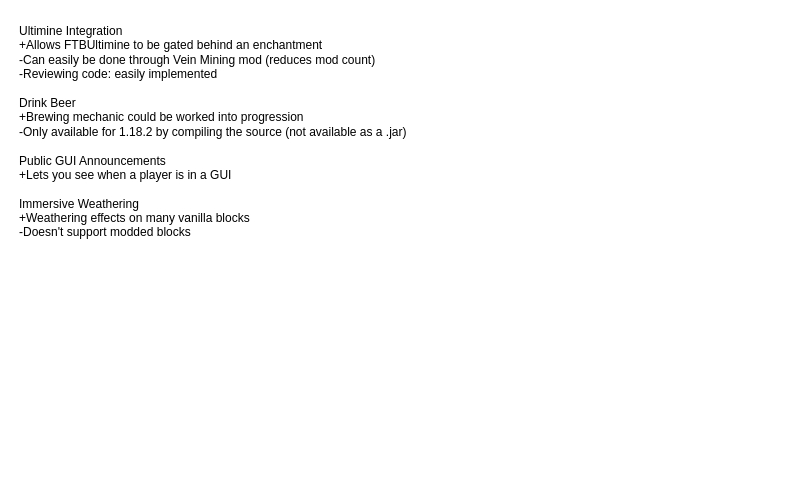
This is page "Other mods" (4 of 4) of Untitled MC Modpack.drawio from conneich/bunnygoat-mcpack, a draw.io file, before an edit. Source tidied: cells renumbered, new cells numbered last; positions are measured from the earlier drawing's top-left corner, leaving out a move shared by most shapes. Both pictures are drawn from the tidied source at 100%, with x=0, y=0 at pixel (17, 17).
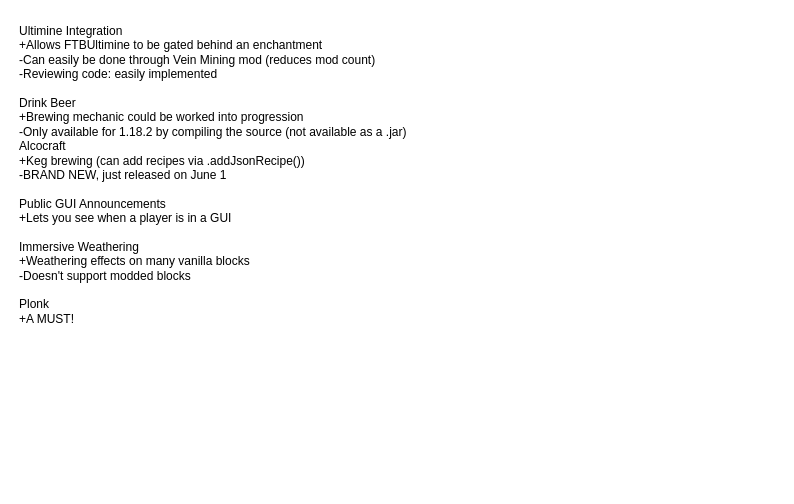
The same page after the edit.

Diff of the diagram source:
```diff
@@
 <mxGraphModel>
   <root>
     <mxCell id="0" />
     <mxCell id="1" parent="0" />
-    <mxCell id="2" value="&lt;div&gt;Ultimine Integration&lt;/div&gt;&lt;div&gt;+Allows FTBUltimine to be gated behind an enchantment&lt;/div&gt;&lt;div&gt;-Can easily be done through Vein Mining mod (reduces mod count)&lt;/div&gt;&lt;div&gt;-Reviewing code: easily implemented&lt;/div&gt;&lt;div&gt;&lt;br&gt;&lt;/div&gt;&lt;div&gt;Drink Beer&lt;/div&gt;&lt;div&gt;+Brewing mechanic could be worked into progression&lt;/div&gt;&lt;div&gt;-Only available for 1.18.2 by compiling the source (not available as a .jar)&lt;/div&gt;&lt;div&gt;&lt;br&gt;&lt;/div&gt;&lt;div&gt;Public GUI Announcements&lt;/div&gt;&lt;div&gt;+Lets you see when a player is in a GUI&lt;/div&gt;&lt;div&gt;&lt;br&gt;&lt;/div&gt;&lt;div&gt;Immersive Weathering&lt;/div&gt;&lt;div&gt;+Weathering effects on many vanilla blocks&lt;/div&gt;&lt;div&gt;-Doesn't support modded blocks&lt;/div&gt;&lt;div&gt;&lt;br&gt;&lt;/div&gt;&lt;div&gt;&lt;br&gt;&lt;/div&gt;" style="text;html=1;strokeColor=none;fillColor=none;align=left;verticalAlign=top;whiteSpace=wrap;rounded=0;" parent="1" vertex="1">
+    <mxCell id="2" value="&lt;div&gt;Ultimine Integration&lt;/div&gt;&lt;div&gt;+Allows FTBUltimine to be gated behind an enchantment&lt;/div&gt;&lt;div&gt;-Can easily be done through Vein Mining mod (reduces mod count)&lt;/div&gt;&lt;div&gt;-Reviewing code: easily implemented&lt;/div&gt;&lt;div&gt;&lt;br&gt;&lt;/div&gt;&lt;div&gt;Drink Beer&lt;/div&gt;&lt;div&gt;+Brewing mechanic could be worked into progression&lt;/div&gt;&lt;div&gt;-Only available for 1.18.2 by compiling the source (not available as a .jar)&lt;/div&gt;&lt;div&gt;Alcocraft&lt;/div&gt;&lt;div&gt;+Keg brewing (can add recipes via .addJsonRecipe())&lt;/div&gt;&lt;div&gt;-BRAND NEW, just released on June 1&lt;br&gt;&lt;/div&gt;&lt;div&gt;&lt;br&gt;&lt;/div&gt;&lt;div&gt;Public GUI Announcements&lt;/div&gt;&lt;div&gt;+Lets you see when a player is in a GUI&lt;/div&gt;&lt;div&gt;&lt;br&gt;&lt;/div&gt;&lt;div&gt;Immersive Weathering&lt;/div&gt;&lt;div&gt;+Weathering effects on many vanilla blocks&lt;/div&gt;&lt;div&gt;-Doesn't support modded blocks&lt;/div&gt;&lt;div&gt;&lt;br&gt;&lt;/div&gt;&lt;div&gt;Plonk&lt;/div&gt;&lt;div&gt;+A MUST!&lt;/div&gt;&lt;div&gt;&lt;br&gt;&lt;/div&gt;&lt;div&gt;&lt;br&gt;&lt;/div&gt;" style="text;html=1;strokeColor=none;fillColor=none;align=left;verticalAlign=top;whiteSpace=wrap;rounded=0;" parent="1" vertex="1">
       <mxGeometry width="760" height="470" as="geometry" />
     </mxCell>
   </root>
 </mxGraphModel>
```
